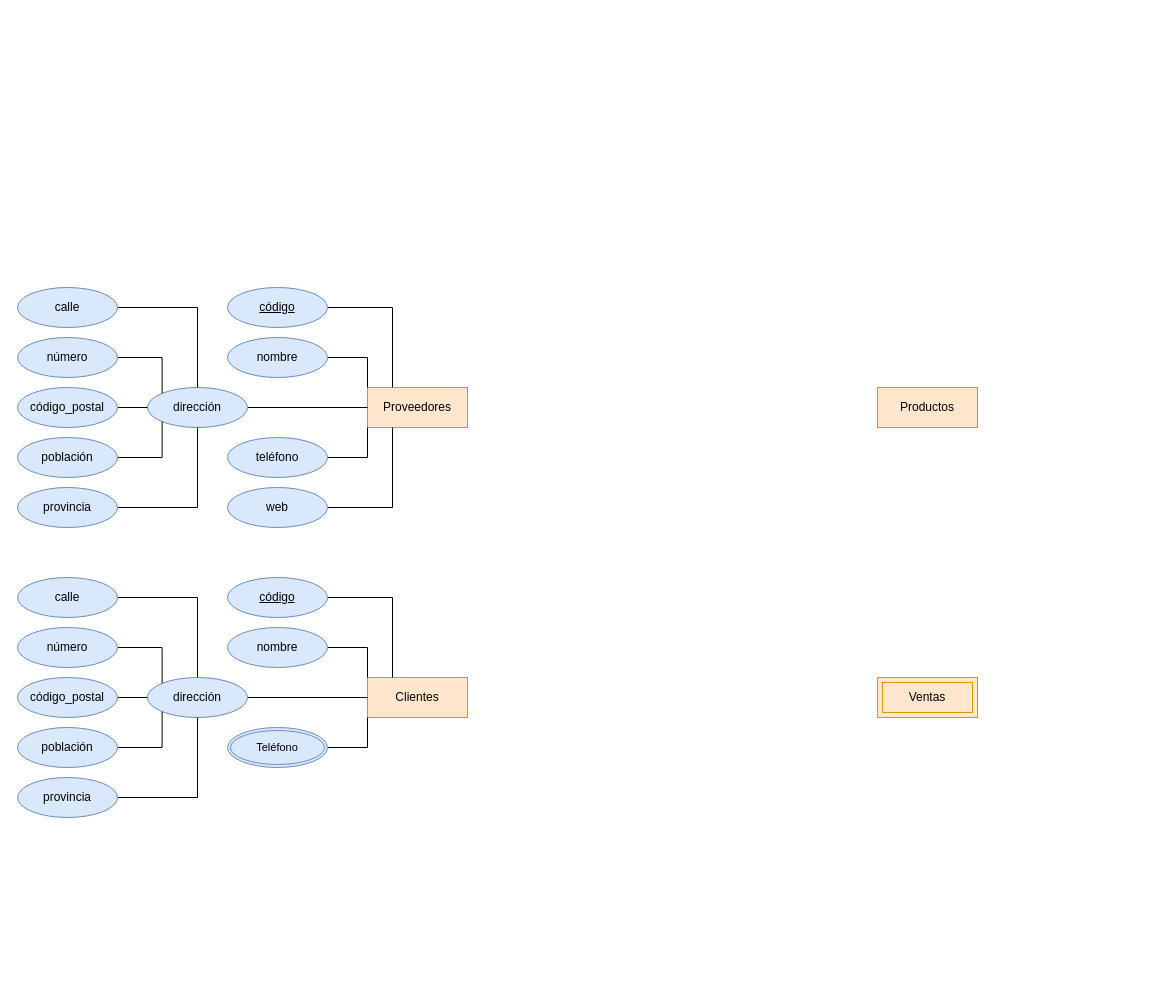
Earlier version of the draw.io diagram Gestión_de_Bases_de_datos/ER/Gestión de ventas.drawio (soystargaze/ASIR). Source tidied: cells renumbered, new cells numbered last; positions are measured from the earlier drawing's top-left corner, leaving out a move shared by most shapes. Both pictures are drawn from the tidied source at 100%, with x=0, y=0 at pixel (17, 287).
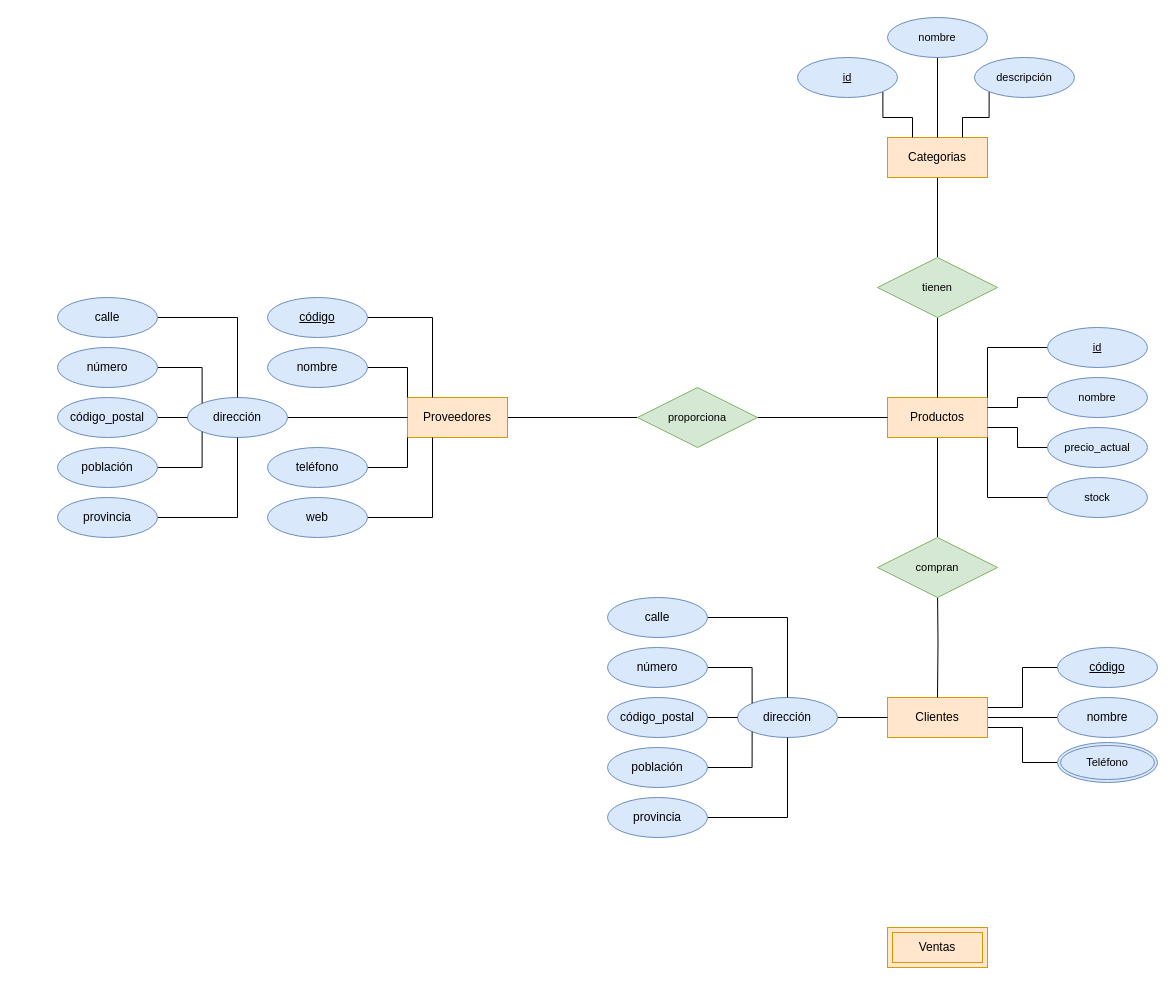
Above is the later version.

What changed in the source:
```diff
@@
+    <mxCell id="44" style="edgeStyle=orthogonalEdgeStyle;shape=connector;rounded=0;jettySize=auto;html=1;exitX=1;exitY=0.5;exitDx=0;exitDy=0;entryX=0;entryY=0.5;entryDx=0;entryDy=0;labelBackgroundColor=default;strokeColor=default;align=center;verticalAlign=middle;fontFamily=Helvetica;fontSize=11;fontColor=default;endArrow=none;endFill=0;" parent="1" edge="1" source="2" target="62">
+      <mxGeometry relative="1" as="geometry" />
+    </mxCell>
     <mxCell id="2" value="Proveedores" style="whiteSpace=wrap;html=1;align=center;fillColor=#ffe6cc;strokeColor=#d79b00;" parent="1" vertex="1">
-      <mxGeometry x="350" y="100" width="100" height="40" as="geometry" />
+      <mxGeometry x="390" y="110" width="100" height="40" as="geometry" />
     </mxCell>
+    <mxCell id="45" style="edgeStyle=orthogonalEdgeStyle;shape=connector;rounded=0;jettySize=auto;html=1;exitX=0.5;exitY=1;exitDx=0;exitDy=0;entryX=0.5;entryY=0;entryDx=0;entryDy=0;labelBackgroundColor=default;strokeColor=default;align=center;verticalAlign=middle;fontFamily=Helvetica;fontSize=11;fontColor=default;endArrow=none;endFill=0;" parent="1" edge="1" source="3" target="70">
+      <mxGeometry relative="1" as="geometry" />
+    </mxCell>
     <mxCell id="3" value="Productos" style="whiteSpace=wrap;html=1;align=center;fillColor=#ffe6cc;strokeColor=#d79b00;" parent="1" vertex="1">
-      <mxGeometry x="860" y="100" width="100" height="40" as="geometry" />
+      <mxGeometry x="870" y="110" width="100" height="40" as="geometry" />
     </mxCell>
     <mxCell id="4" value="Ventas" style="shape=ext;margin=3;double=1;whiteSpace=wrap;html=1;align=center;fillColor=#ffe6cc;strokeColor=#d79b00;" parent="1" vertex="1">
-      <mxGeometry x="860" y="390" width="100" height="40" as="geometry" />
+      <mxGeometry x="870" y="640" width="100" height="40" as="geometry" />
     </mxCell>
@@
     <mxCell id="6" value="código" style="ellipse;whiteSpace=wrap;html=1;align=center;fillColor=#dae8fc;strokeColor=#6c8ebf;fontStyle=4;" parent="1" vertex="1">
-      <mxGeometry x="210" width="100" height="40" as="geometry" />
+      <mxGeometry x="250" y="10" width="100" height="40" as="geometry" />
     </mxCell>
@@
     <mxCell id="8" value="nombre" style="ellipse;whiteSpace=wrap;html=1;align=center;fillColor=#dae8fc;strokeColor=#6c8ebf;" parent="1" vertex="1">
-      <mxGeometry x="210" y="50" width="100" height="40" as="geometry" />
+      <mxGeometry x="250" y="60" width="100" height="40" as="geometry" />
     </mxCell>
@@
     <mxCell id="10" value="teléfono" style="ellipse;whiteSpace=wrap;html=1;align=center;fillColor=#dae8fc;strokeColor=#6c8ebf;" parent="1" vertex="1">
-      <mxGeometry x="210" y="150" width="100" height="40" as="geometry" />
+      <mxGeometry x="250" y="160" width="100" height="40" as="geometry" />
     </mxCell>
@@
     <mxCell id="12" value="dirección" style="ellipse;whiteSpace=wrap;html=1;align=center;fillColor=#dae8fc;strokeColor=#6c8ebf;" parent="1" vertex="1">
-      <mxGeometry x="130" y="100" width="100" height="40" as="geometry" />
+      <mxGeometry x="170" y="110" width="100" height="40" as="geometry" />
     </mxCell>
@@
     <mxCell id="14" value="web" style="ellipse;whiteSpace=wrap;html=1;align=center;fillColor=#dae8fc;strokeColor=#6c8ebf;" parent="1" vertex="1">
-      <mxGeometry x="210" y="200" width="100" height="40" as="geometry" />
+      <mxGeometry x="250" y="210" width="100" height="40" as="geometry" />
     </mxCell>
@@
     <mxCell id="16" value="calle" style="ellipse;whiteSpace=wrap;html=1;align=center;fillColor=#dae8fc;strokeColor=#6c8ebf;" parent="1" vertex="1">
-      <mxGeometry width="100" height="40" as="geometry" />
+      <mxGeometry x="40" y="10" width="100" height="40" as="geometry" />
     </mxCell>
@@
     <mxCell id="18" value="número" style="ellipse;whiteSpace=wrap;html=1;align=center;fillColor=#dae8fc;strokeColor=#6c8ebf;" parent="1" vertex="1">
-      <mxGeometry y="50" width="100" height="40" as="geometry" />
+      <mxGeometry x="40" y="60" width="100" height="40" as="geometry" />
     </mxCell>
@@
     <mxCell id="20" value="código_postal" style="ellipse;whiteSpace=wrap;html=1;align=center;fillColor=#dae8fc;strokeColor=#6c8ebf;" parent="1" vertex="1">
-      <mxGeometry y="100" width="100" height="40" as="geometry" />
+      <mxGeometry x="40" y="110" width="100" height="40" as="geometry" />
     </mxCell>
@@
     <mxCell id="22" value="población" style="ellipse;whiteSpace=wrap;html=1;align=center;fillColor=#dae8fc;strokeColor=#6c8ebf;" parent="1" vertex="1">
-      <mxGeometry y="150" width="100" height="40" as="geometry" />
+      <mxGeometry x="40" y="160" width="100" height="40" as="geometry" />
     </mxCell>
@@
     <mxCell id="24" value="provincia" style="ellipse;whiteSpace=wrap;html=1;align=center;fillColor=#dae8fc;strokeColor=#6c8ebf;" parent="1" vertex="1">
-      <mxGeometry y="200" width="100" height="40" as="geometry" />
+      <mxGeometry x="40" y="210" width="100" height="40" as="geometry" />
     </mxCell>
+    <mxCell id="46" style="edgeStyle=orthogonalEdgeStyle;shape=connector;rounded=0;jettySize=auto;html=1;exitX=1;exitY=0.5;exitDx=0;exitDy=0;entryX=0;entryY=0.5;entryDx=0;entryDy=0;labelBackgroundColor=default;strokeColor=default;align=center;verticalAlign=middle;fontFamily=Helvetica;fontSize=11;fontColor=default;endArrow=none;endFill=0;" parent="1" edge="1" source="25" target="29">
+      <mxGeometry relative="1" as="geometry" />
+    </mxCell>
+    <mxCell id="47" style="edgeStyle=orthogonalEdgeStyle;shape=connector;rounded=0;jettySize=auto;html=1;exitX=1;exitY=0.25;exitDx=0;exitDy=0;entryX=0;entryY=0.5;entryDx=0;entryDy=0;labelBackgroundColor=default;strokeColor=default;align=center;verticalAlign=middle;fontFamily=Helvetica;fontSize=11;fontColor=default;endArrow=none;endFill=0;" parent="1" edge="1" source="25" target="27">
+      <mxGeometry relative="1" as="geometry" />
+    </mxCell>
+    <mxCell id="48" style="edgeStyle=orthogonalEdgeStyle;shape=connector;rounded=0;jettySize=auto;html=1;exitX=1;exitY=0.75;exitDx=0;exitDy=0;entryX=0;entryY=0.5;entryDx=0;entryDy=0;labelBackgroundColor=default;strokeColor=default;align=center;verticalAlign=middle;fontFamily=Helvetica;fontSize=11;fontColor=default;endArrow=none;endFill=0;" parent="1" edge="1" source="25" target="43">
+      <mxGeometry relative="1" as="geometry" />
+    </mxCell>
     <mxCell id="25" value="Clientes" style="whiteSpace=wrap;html=1;align=center;fillColor=#ffe6cc;strokeColor=#d79b00;" parent="1" vertex="1">
-      <mxGeometry x="350" y="390" width="100" height="40" as="geometry" />
+      <mxGeometry x="870" y="410" width="100" height="40" as="geometry" />
     </mxCell>
-    <mxCell id="26" style="edgeStyle=orthogonalEdgeStyle;rounded=0;jettySize=auto;html=1;exitX=1;exitY=0.5;exitDx=0;exitDy=0;entryX=0.25;entryY=0;entryDx=0;entryDy=0;endArrow=none;endFill=0;" parent="1" edge="1" source="27" target="25">
-      <mxGeometry relative="1" as="geometry" />
-    </mxCell>
     <mxCell id="27" value="código" style="ellipse;whiteSpace=wrap;html=1;align=center;fillColor=#dae8fc;strokeColor=#6c8ebf;fontStyle=4;" parent="1" vertex="1">
-      <mxGeometry x="210" y="290" width="100" height="40" as="geometry" />
+      <mxGeometry x="1040" y="360" width="100" height="40" as="geometry" />
     </mxCell>
-    <mxCell id="28" style="edgeStyle=orthogonalEdgeStyle;shape=connector;rounded=0;jettySize=auto;html=1;exitX=1;exitY=0.5;exitDx=0;exitDy=0;entryX=0;entryY=0;entryDx=0;entryDy=0;labelBackgroundColor=default;strokeColor=default;align=center;verticalAlign=middle;fontFamily=Helvetica;fontSize=11;fontColor=default;endArrow=none;endFill=0;" parent="1" edge="1" source="29" target="25">
-      <mxGeometry relative="1" as="geometry" />
-    </mxCell>
     <mxCell id="29" value="nombre" style="ellipse;whiteSpace=wrap;html=1;align=center;fillColor=#dae8fc;strokeColor=#6c8ebf;" parent="1" vertex="1">
-      <mxGeometry x="210" y="340" width="100" height="40" as="geometry" />
+      <mxGeometry x="1040" y="410" width="100" height="40" as="geometry" />
     </mxCell>
@@
     <mxCell id="31" value="dirección" style="ellipse;whiteSpace=wrap;html=1;align=center;fillColor=#dae8fc;strokeColor=#6c8ebf;" parent="1" vertex="1">
-      <mxGeometry x="130" y="390" width="100" height="40" as="geometry" />
+      <mxGeometry x="720" y="410" width="100" height="40" as="geometry" />
     </mxCell>
@@
     <mxCell id="33" value="calle" style="ellipse;whiteSpace=wrap;html=1;align=center;fillColor=#dae8fc;strokeColor=#6c8ebf;" parent="1" vertex="1">
-      <mxGeometry y="290" width="100" height="40" as="geometry" />
+      <mxGeometry x="590" y="310" width="100" height="40" as="geometry" />
     </mxCell>
@@
     <mxCell id="35" value="número" style="ellipse;whiteSpace=wrap;html=1;align=center;fillColor=#dae8fc;strokeColor=#6c8ebf;" parent="1" vertex="1">
-      <mxGeometry y="340" width="100" height="40" as="geometry" />
+      <mxGeometry x="590" y="360" width="100" height="40" as="geometry" />
     </mxCell>
@@
     <mxCell id="37" value="código_postal" style="ellipse;whiteSpace=wrap;html=1;align=center;fillColor=#dae8fc;strokeColor=#6c8ebf;" parent="1" vertex="1">
-      <mxGeometry y="390" width="100" height="40" as="geometry" />
+      <mxGeometry x="590" y="410" width="100" height="40" as="geometry" />
     </mxCell>
@@
     <mxCell id="39" value="población" style="ellipse;whiteSpace=wrap;html=1;align=center;fillColor=#dae8fc;strokeColor=#6c8ebf;" parent="1" vertex="1">
-      <mxGeometry y="440" width="100" height="40" as="geometry" />
+      <mxGeometry x="590" y="460" width="100" height="40" as="geometry" />
     </mxCell>
@@
     <mxCell id="41" value="provincia" style="ellipse;whiteSpace=wrap;html=1;align=center;fillColor=#dae8fc;strokeColor=#6c8ebf;" parent="1" vertex="1">
-      <mxGeometry y="490" width="100" height="40" as="geometry" />
+      <mxGeometry x="590" y="510" width="100" height="40" as="geometry" />
     </mxCell>
-    <mxCell id="42" style="edgeStyle=orthogonalEdgeStyle;shape=connector;rounded=0;jettySize=auto;html=1;exitX=1;exitY=0.5;exitDx=0;exitDy=0;entryX=0;entryY=1;entryDx=0;entryDy=0;labelBackgroundColor=default;strokeColor=default;align=center;verticalAlign=middle;fontFamily=Helvetica;fontSize=11;fontColor=default;endArrow=none;endFill=0;" parent="1" edge="1" source="43" target="25">
-      <mxGeometry relative="1" as="geometry" />
-    </mxCell>
     <mxCell id="43" value="Teléfono" style="ellipse;shape=doubleEllipse;margin=3;whiteSpace=wrap;html=1;align=center;fontFamily=Helvetica;fontSize=11;fillColor=#dae8fc;strokeColor=#6c8ebf;" parent="1" vertex="1">
-      <mxGeometry x="210" y="440" width="100" height="40" as="geometry" />
+      <mxGeometry x="1040" y="455" width="100" height="40" as="geometry" />
     </mxCell>
+    <mxCell id="49" style="edgeStyle=orthogonalEdgeStyle;shape=connector;rounded=0;jettySize=auto;html=1;exitX=0.5;exitY=1;exitDx=0;exitDy=0;entryX=0.5;entryY=0;entryDx=0;entryDy=0;labelBackgroundColor=default;strokeColor=default;align=center;verticalAlign=middle;fontFamily=Helvetica;fontSize=11;fontColor=default;endArrow=none;endFill=0;" parent="1" edge="1" source="50" target="60">
+      <mxGeometry relative="1" as="geometry" />
+    </mxCell>
+    <mxCell id="50" value="Categorias" style="whiteSpace=wrap;html=1;align=center;fillColor=#ffe6cc;strokeColor=#d79b00;" parent="1" vertex="1">
+      <mxGeometry x="870" y="-150" width="100" height="40" as="geometry" />
+    </mxCell>
+    <mxCell id="51" style="edgeStyle=orthogonalEdgeStyle;shape=connector;rounded=0;jettySize=auto;html=1;exitX=0;exitY=0.5;exitDx=0;exitDy=0;entryX=1;entryY=0;entryDx=0;entryDy=0;labelBackgroundColor=default;strokeColor=default;align=center;verticalAlign=middle;fontFamily=Helvetica;fontSize=11;fontColor=default;endArrow=none;endFill=0;" parent="1" edge="1" source="52" target="3">
+      <mxGeometry relative="1" as="geometry" />
+    </mxCell>
+    <mxCell id="52" value="id" style="ellipse;whiteSpace=wrap;html=1;align=center;fontFamily=Helvetica;fontSize=11;fillColor=#dae8fc;strokeColor=#6c8ebf;fontStyle=4;" parent="1" vertex="1">
+      <mxGeometry x="1030" y="40" width="100" height="40" as="geometry" />
+    </mxCell>
+    <mxCell id="53" style="edgeStyle=orthogonalEdgeStyle;shape=connector;rounded=0;jettySize=auto;html=1;exitX=0;exitY=0.5;exitDx=0;exitDy=0;entryX=1;entryY=0.25;entryDx=0;entryDy=0;labelBackgroundColor=default;strokeColor=default;align=center;verticalAlign=middle;fontFamily=Helvetica;fontSize=11;fontColor=default;endArrow=none;endFill=0;" parent="1" edge="1" source="54" target="3">
+      <mxGeometry relative="1" as="geometry" />
+    </mxCell>
+    <mxCell id="54" value="nombre" style="ellipse;whiteSpace=wrap;html=1;align=center;fontFamily=Helvetica;fontSize=11;fillColor=#dae8fc;strokeColor=#6c8ebf;" parent="1" vertex="1">
+      <mxGeometry x="1030" y="90" width="100" height="40" as="geometry" />
+    </mxCell>
+    <mxCell id="55" style="edgeStyle=orthogonalEdgeStyle;shape=connector;rounded=0;jettySize=auto;html=1;exitX=0;exitY=0.5;exitDx=0;exitDy=0;entryX=1;entryY=1;entryDx=0;entryDy=0;labelBackgroundColor=default;strokeColor=default;align=center;verticalAlign=middle;fontFamily=Helvetica;fontSize=11;fontColor=default;endArrow=none;endFill=0;" parent="1" edge="1" source="56" target="3">
+      <mxGeometry relative="1" as="geometry" />
+    </mxCell>
+    <mxCell id="56" value="stock" style="ellipse;whiteSpace=wrap;html=1;align=center;fontFamily=Helvetica;fontSize=11;fillColor=#dae8fc;strokeColor=#6c8ebf;" parent="1" vertex="1">
+      <mxGeometry x="1030" y="190" width="100" height="40" as="geometry" />
+    </mxCell>
+    <mxCell id="57" style="edgeStyle=orthogonalEdgeStyle;shape=connector;rounded=0;jettySize=auto;html=1;exitX=0;exitY=0.5;exitDx=0;exitDy=0;entryX=1;entryY=0.75;entryDx=0;entryDy=0;labelBackgroundColor=default;strokeColor=default;align=center;verticalAlign=middle;fontFamily=Helvetica;fontSize=11;fontColor=default;endArrow=none;endFill=0;" parent="1" edge="1" source="58" target="3">
+      <mxGeometry relative="1" as="geometry" />
+    </mxCell>
+    <mxCell id="58" value="precio_actual" style="ellipse;whiteSpace=wrap;html=1;align=center;fontFamily=Helvetica;fontSize=11;fillColor=#dae8fc;strokeColor=#6c8ebf;" parent="1" vertex="1">
+      <mxGeometry x="1030" y="140" width="100" height="40" as="geometry" />
+    </mxCell>
+    <mxCell id="59" style="edgeStyle=orthogonalEdgeStyle;shape=connector;rounded=0;jettySize=auto;html=1;exitX=0.5;exitY=1;exitDx=0;exitDy=0;entryX=0.5;entryY=0;entryDx=0;entryDy=0;labelBackgroundColor=default;strokeColor=default;align=center;verticalAlign=middle;fontFamily=Helvetica;fontSize=11;fontColor=default;endArrow=none;endFill=0;" parent="1" edge="1" source="60" target="3">
+      <mxGeometry relative="1" as="geometry" />
+    </mxCell>
+    <mxCell id="60" value="tienen" style="shape=rhombus;perimeter=rhombusPerimeter;whiteSpace=wrap;html=1;align=center;fontFamily=Helvetica;fontSize=11;fillColor=#d5e8d4;strokeColor=#82b366;" parent="1" vertex="1">
+      <mxGeometry x="860" y="-30" width="120" height="60" as="geometry" />
+    </mxCell>
+    <mxCell id="61" style="edgeStyle=orthogonalEdgeStyle;shape=connector;rounded=0;jettySize=auto;html=1;exitX=1;exitY=0.5;exitDx=0;exitDy=0;entryX=0;entryY=0.5;entryDx=0;entryDy=0;labelBackgroundColor=default;strokeColor=default;align=center;verticalAlign=middle;fontFamily=Helvetica;fontSize=11;fontColor=default;endArrow=none;endFill=0;" parent="1" edge="1" source="62" target="3">
+      <mxGeometry relative="1" as="geometry" />
+    </mxCell>
+    <mxCell id="62" value="proporciona" style="shape=rhombus;perimeter=rhombusPerimeter;whiteSpace=wrap;html=1;align=center;fontFamily=Helvetica;fontSize=11;fillColor=#d5e8d4;strokeColor=#82b366;" parent="1" vertex="1">
+      <mxGeometry x="620" y="100" width="120" height="60" as="geometry" />
+    </mxCell>
+    <mxCell id="63" style="edgeStyle=orthogonalEdgeStyle;shape=connector;rounded=0;jettySize=auto;html=1;exitX=1;exitY=1;exitDx=0;exitDy=0;entryX=0.25;entryY=0;entryDx=0;entryDy=0;labelBackgroundColor=default;strokeColor=default;align=center;verticalAlign=middle;fontFamily=Helvetica;fontSize=11;fontColor=default;endArrow=none;endFill=0;" parent="1" edge="1" source="64" target="50">
+      <mxGeometry relative="1" as="geometry" />
+    </mxCell>
+    <mxCell id="64" value="id" style="ellipse;whiteSpace=wrap;html=1;align=center;fontFamily=Helvetica;fontSize=11;fillColor=#dae8fc;strokeColor=#6c8ebf;fontStyle=4;" parent="1" vertex="1">
+      <mxGeometry x="780" y="-230" width="100" height="40" as="geometry" />
+    </mxCell>
+    <mxCell id="65" style="edgeStyle=orthogonalEdgeStyle;shape=connector;rounded=0;jettySize=auto;html=1;exitX=0.5;exitY=1;exitDx=0;exitDy=0;entryX=0.5;entryY=0;entryDx=0;entryDy=0;labelBackgroundColor=default;strokeColor=default;align=center;verticalAlign=middle;fontFamily=Helvetica;fontSize=11;fontColor=default;endArrow=none;endFill=0;" parent="1" edge="1" source="66" target="50">
+      <mxGeometry relative="1" as="geometry" />
+    </mxCell>
+    <mxCell id="66" value="nombre" style="ellipse;whiteSpace=wrap;html=1;align=center;fontFamily=Helvetica;fontSize=11;fillColor=#dae8fc;strokeColor=#6c8ebf;" parent="1" vertex="1">
+      <mxGeometry x="870" y="-270" width="100" height="40" as="geometry" />
+    </mxCell>
+    <mxCell id="67" style="edgeStyle=orthogonalEdgeStyle;shape=connector;rounded=0;jettySize=auto;html=1;exitX=0;exitY=1;exitDx=0;exitDy=0;entryX=0.75;entryY=0;entryDx=0;entryDy=0;labelBackgroundColor=default;strokeColor=default;align=center;verticalAlign=middle;fontFamily=Helvetica;fontSize=11;fontColor=default;endArrow=none;endFill=0;" parent="1" edge="1" source="68" target="50">
+      <mxGeometry relative="1" as="geometry" />
+    </mxCell>
+    <mxCell id="68" value="descripción" style="ellipse;whiteSpace=wrap;html=1;align=center;fontFamily=Helvetica;fontSize=11;fillColor=#dae8fc;strokeColor=#6c8ebf;" parent="1" vertex="1">
+      <mxGeometry x="957" y="-230" width="100" height="40" as="geometry" />
+    </mxCell>
+    <mxCell id="69" style="edgeStyle=orthogonalEdgeStyle;shape=connector;rounded=0;jettySize=auto;html=1;exitX=0.5;exitY=1;exitDx=0;exitDy=0;entryX=0.5;entryY=0;entryDx=0;entryDy=0;labelBackgroundColor=default;strokeColor=default;align=center;verticalAlign=middle;fontFamily=Helvetica;fontSize=11;fontColor=default;endArrow=none;endFill=0;" parent="1" edge="1" target="25">
+      <mxGeometry relative="1" as="geometry">
+        <mxPoint x="920" y="300" as="sourcePoint" />
+      </mxGeometry>
+    </mxCell>
+    <mxCell id="70" value="compran" style="shape=rhombus;perimeter=rhombusPerimeter;whiteSpace=wrap;html=1;align=center;fontFamily=Helvetica;fontSize=11;fillColor=#d5e8d4;strokeColor=#82b366;" parent="1" vertex="1">
+      <mxGeometry x="860" y="250" width="120" height="60" as="geometry" />
+    </mxCell>
```
